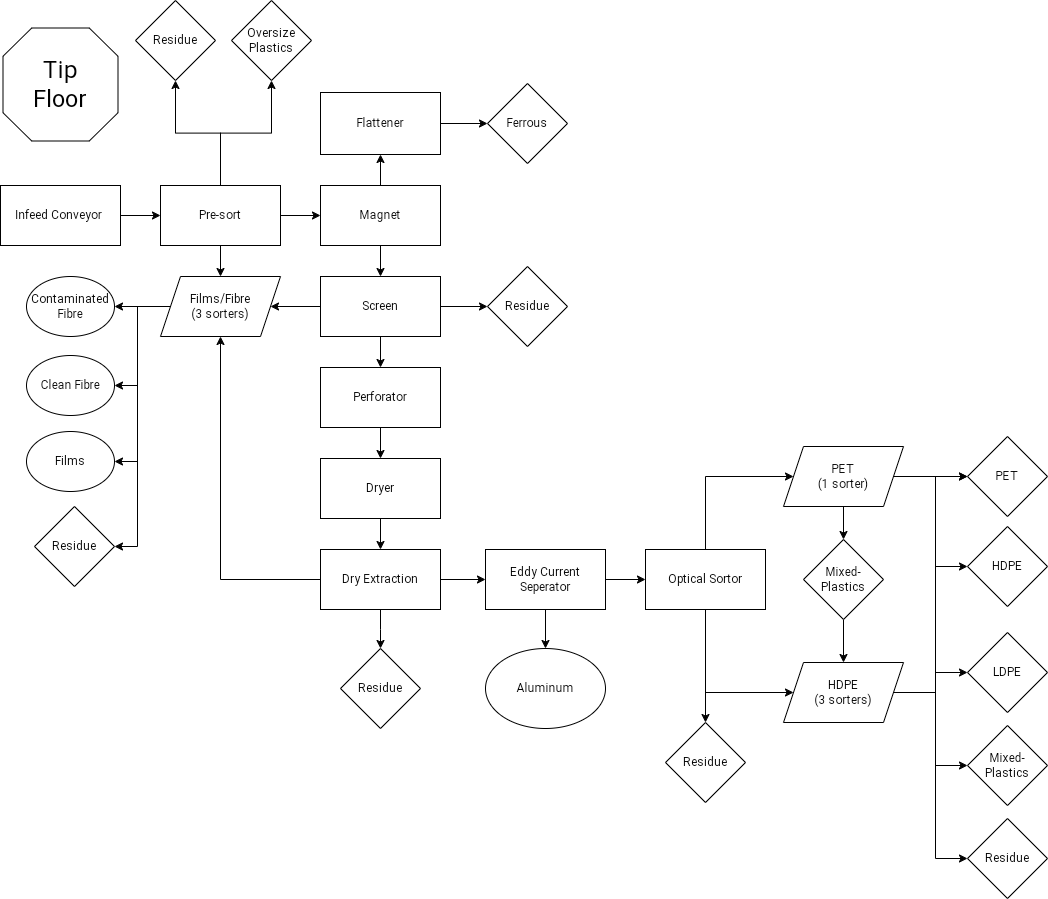
This is MRPD-14 Process Flow.drawio.png from melonIsland/markdown-portfolio, a draw.io export, as it was before one commit. Source tidied: cells renumbered, new cells last; positions are measured from the earlier drawing's top-left corner, leaving out a move shared by most shapes.
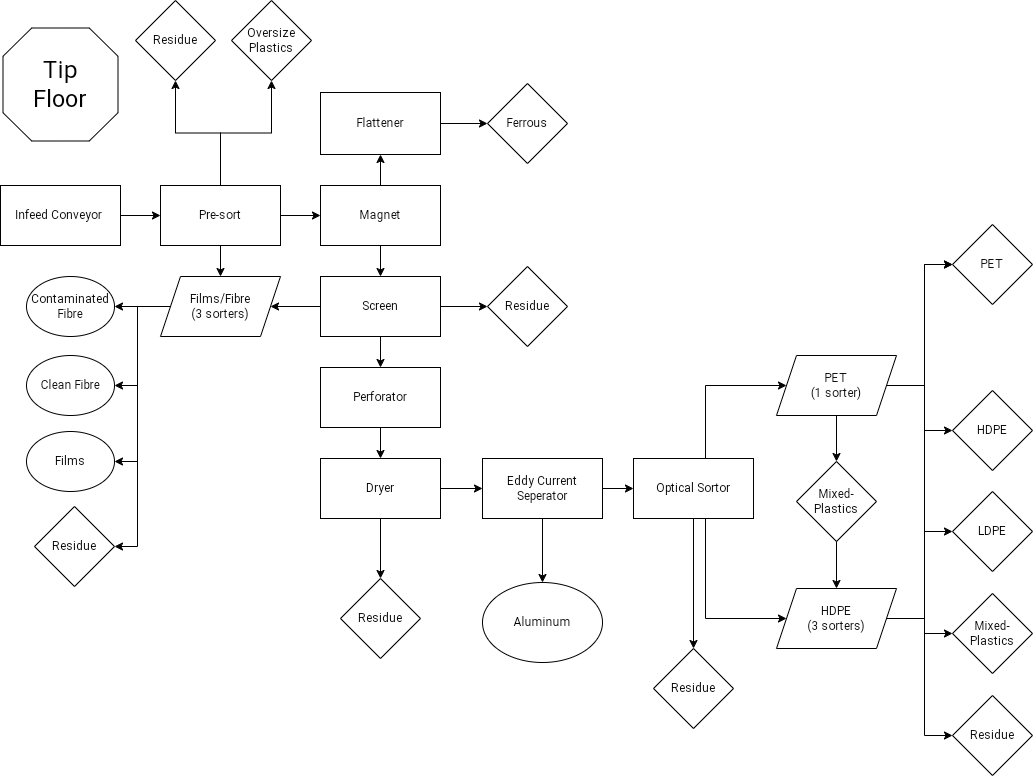
The same file after the commit.

Change to the diagram source:
```diff
@@ -54,12 +54,12 @@
     <mxCell id="17" style="edgeStyle=orthogonalEdgeStyle;rounded=0;jettySize=auto;html=1;entryX=0;entryY=0.5;entryDx=0;entryDy=0;" parent="1" edge="1" source="18" target="46">
       <mxGeometry relative="1" as="geometry">
         <Array as="points">
-          <mxPoint x="705" y="692" />
+          <mxPoint x="705" y="618" />
         </Array>
       </mxGeometry>
     </mxCell>
     <mxCell id="18" value="Optical Sortor" style="rounded=0;whiteSpace=wrap;html=1;" parent="1" vertex="1">
-      <mxGeometry x="645" y="549" width="120" height="60" as="geometry" />
+      <mxGeometry x="633" y="458" width="120" height="60" as="geometry" />
     </mxCell>
     <mxCell id="19" style="edgeStyle=orthogonalEdgeStyle;rounded=0;jettySize=auto;html=1;exitX=1;exitY=0.5;exitDx=0;exitDy=0;entryX=0;entryY=0.5;entryDx=0;entryDy=0;" parent="1" edge="1" source="20" target="33">
       <mxGeometry relative="1" as="geometry" />
@@ -74,7 +74,7 @@
       <mxGeometry relative="1" as="geometry" />
     </mxCell>
     <mxCell id="23" value="Eddy Current Seperator" style="rounded=0;whiteSpace=wrap;html=1;" parent="1" vertex="1">
-      <mxGeometry x="485" y="549" width="120" height="60" as="geometry" />
+      <mxGeometry x="482" y="458" width="120" height="60" as="geometry" />
     </mxCell>
     <mxCell id="24" style="edgeStyle=orthogonalEdgeStyle;rounded=0;jettySize=auto;html=1;entryX=0.5;entryY=0;entryDx=0;entryDy=0;" parent="1" edge="1" source="25" target="32">
       <mxGeometry relative="1" as="geometry" />
@@ -97,27 +97,18 @@
     <mxCell id="30" value="Pre-sort" style="rounded=0;whiteSpace=wrap;html=1;" parent="1" vertex="1">
       <mxGeometry x="160" y="185" width="120" height="60" as="geometry" />
     </mxCell>
-    <mxCell id="31" style="edgeStyle=orthogonalEdgeStyle;rounded=0;jettySize=auto;html=1;entryX=0.5;entryY=0;entryDx=0;entryDy=0;" parent="1" edge="1" source="32" target="37">
-      <mxGeometry relative="1" as="geometry" />
-    </mxCell>
+    <mxCell id="67" style="edgeStyle=orthogonalEdgeStyle;rounded=0;jettySize=auto;html=1;exitX=0.5;exitY=1;exitDx=0;exitDy=0;entryX=0.5;entryY=0;entryDx=0;entryDy=0;" parent="1" edge="1" source="32" target="48">
+      <mxGeometry relative="1" as="geometry" />
+    </mxCell>
+    <mxCell id="68" style="edgeStyle=orthogonalEdgeStyle;rounded=0;jettySize=auto;html=1;exitX=1;exitY=0.5;exitDx=0;exitDy=0;entryX=0;entryY=0.5;entryDx=0;entryDy=0;" parent="1" edge="1" source="32" target="23">
+      <mxGeometry relative="1" as="geometry" />
+    </mxCell>
     <mxCell id="32" value="Dryer" style="rounded=0;whiteSpace=wrap;html=1;" parent="1" vertex="1">
       <mxGeometry x="320" y="458" width="120" height="60" as="geometry" />
     </mxCell>
     <mxCell id="33" value="Ferrous" style="rhombus;whiteSpace=wrap;html=1;" parent="1" vertex="1">
       <mxGeometry x="487" y="83" width="80" height="80" as="geometry" />
     </mxCell>
-    <mxCell id="34" style="edgeStyle=orthogonalEdgeStyle;rounded=0;jettySize=auto;html=1;exitX=0;exitY=0.5;exitDx=0;exitDy=0;entryX=0.5;entryY=1;entryDx=0;entryDy=0;" parent="1" edge="1" source="37" target="62">
-      <mxGeometry relative="1" as="geometry" />
-    </mxCell>
-    <mxCell id="35" style="edgeStyle=orthogonalEdgeStyle;rounded=0;jettySize=auto;html=1;entryX=0.5;entryY=0;entryDx=0;entryDy=0;" parent="1" edge="1" source="37" target="48">
-      <mxGeometry relative="1" as="geometry" />
-    </mxCell>
-    <mxCell id="36" style="edgeStyle=orthogonalEdgeStyle;rounded=0;jettySize=auto;html=1;entryX=0;entryY=0.5;entryDx=0;entryDy=0;" parent="1" edge="1" source="37" target="23">
-      <mxGeometry relative="1" as="geometry" />
-    </mxCell>
-    <mxCell id="37" value="Dry Extraction" style="rounded=0;whiteSpace=wrap;html=1;" parent="1" vertex="1">
-      <mxGeometry x="320" y="549" width="120" height="60" as="geometry" />
-    </mxCell>
     <mxCell id="38" style="edgeStyle=orthogonalEdgeStyle;rounded=0;jettySize=auto;html=1;entryX=0.5;entryY=0;entryDx=0;entryDy=0;" parent="1" edge="1" source="40" target="50">
       <mxGeometry relative="1" as="geometry" />
     </mxCell>
@@ -125,7 +116,7 @@
       <mxGeometry relative="1" as="geometry" />
     </mxCell>
     <mxCell id="40" value="PET&lt;br&gt;(1 sorter)" style="shape=parallelogram;perimeter=parallelogramPerimeter;whiteSpace=wrap;html=1;fixedSize=1;" parent="1" vertex="1">
-      <mxGeometry x="783" y="446" width="120" height="60" as="geometry" />
+      <mxGeometry x="776" y="355" width="120" height="60" as="geometry" />
     </mxCell>
     <mxCell id="41" style="edgeStyle=orthogonalEdgeStyle;rounded=0;jettySize=auto;html=1;exitX=1;exitY=0.5;exitDx=0;exitDy=0;entryX=0;entryY=0.5;entryDx=0;entryDy=0;" parent="1" edge="1" source="46" target="54">
       <mxGeometry relative="1" as="geometry" />
@@ -143,37 +134,37 @@
       <mxGeometry relative="1" as="geometry" />
     </mxCell>
     <mxCell id="46" value="HDPE&lt;br&gt;(3 sorters)" style="shape=parallelogram;perimeter=parallelogramPerimeter;whiteSpace=wrap;html=1;fixedSize=1;" parent="1" vertex="1">
-      <mxGeometry x="783" y="662" width="120" height="60" as="geometry" />
+      <mxGeometry x="776" y="588" width="120" height="60" as="geometry" />
     </mxCell>
     <mxCell id="47" value="Residue" style="rhombus;whiteSpace=wrap;html=1;" parent="1" vertex="1">
-      <mxGeometry x="665" y="722" width="80" height="80" as="geometry" />
+      <mxGeometry x="653" y="648" width="80" height="80" as="geometry" />
     </mxCell>
     <mxCell id="48" value="Residue" style="rhombus;whiteSpace=wrap;html=1;" parent="1" vertex="1">
-      <mxGeometry x="340" y="648" width="80" height="80" as="geometry" />
+      <mxGeometry x="340" y="578" width="80" height="80" as="geometry" />
     </mxCell>
     <mxCell id="49" style="edgeStyle=orthogonalEdgeStyle;rounded=0;jettySize=auto;html=1;entryX=0.5;entryY=0;entryDx=0;entryDy=0;" parent="1" edge="1" source="50" target="46">
       <mxGeometry relative="1" as="geometry" />
     </mxCell>
     <mxCell id="50" value="Mixed-Plastics" style="rhombus;whiteSpace=wrap;html=1;" parent="1" vertex="1">
-      <mxGeometry x="803" y="539" width="80" height="80" as="geometry" />
+      <mxGeometry x="796" y="461" width="80" height="80" as="geometry" />
     </mxCell>
     <mxCell id="51" value="Residue" style="rhombus;whiteSpace=wrap;html=1;" parent="1" vertex="1">
-      <mxGeometry x="967" y="818" width="80" height="80" as="geometry" />
+      <mxGeometry x="952" y="695" width="80" height="80" as="geometry" />
     </mxCell>
     <mxCell id="52" value="PET" style="rhombus;whiteSpace=wrap;html=1;" parent="1" vertex="1">
-      <mxGeometry x="967" y="436" width="80" height="80" as="geometry" />
+      <mxGeometry x="952" y="224" width="80" height="80" as="geometry" />
     </mxCell>
     <mxCell id="53" value="HDPE" style="rhombus;whiteSpace=wrap;html=1;" parent="1" vertex="1">
-      <mxGeometry x="967" y="526" width="80" height="80" as="geometry" />
+      <mxGeometry x="952" y="390" width="80" height="80" as="geometry" />
     </mxCell>
     <mxCell id="54" value="LDPE" style="rhombus;whiteSpace=wrap;html=1;" parent="1" vertex="1">
-      <mxGeometry x="967" y="632" width="80" height="80" as="geometry" />
+      <mxGeometry x="952" y="491" width="80" height="80" as="geometry" />
     </mxCell>
     <mxCell id="55" value="Aluminum" style="ellipse;whiteSpace=wrap;html=1;" parent="1" vertex="1">
-      <mxGeometry x="485" y="648" width="120" height="80" as="geometry" />
+      <mxGeometry x="482" y="582" width="120" height="80" as="geometry" />
     </mxCell>
     <mxCell id="56" value="Mixed-Plastics" style="rhombus;whiteSpace=wrap;html=1;" parent="1" vertex="1">
-      <mxGeometry x="967" y="725" width="80" height="80" as="geometry" />
+      <mxGeometry x="952" y="593" width="80" height="80" as="geometry" />
     </mxCell>
     <mxCell id="57" value="Residue" style="rhombus;whiteSpace=wrap;html=1;" parent="1" vertex="1">
       <mxGeometry x="487" y="266" width="80" height="80" as="geometry" />
```
